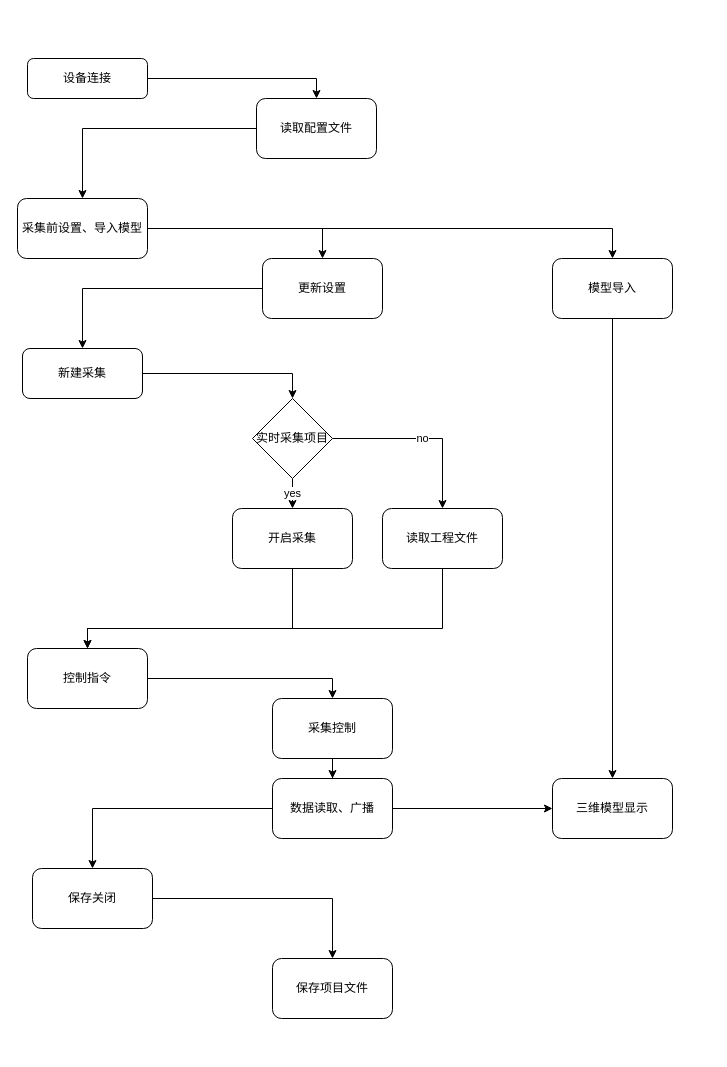
Earlier version of the draw.io diagram Untitled Diagram.drawio (lithcado/MultiCameraViewer). Source tidied: cells renumbered, new cells numbered last; positions are measured from the earlier drawing's top-left corner, leaving out a move shared by most shapes. Both pictures are drawn from the tidied source at 100%, with x=0, y=0 at pixel (17, 58).
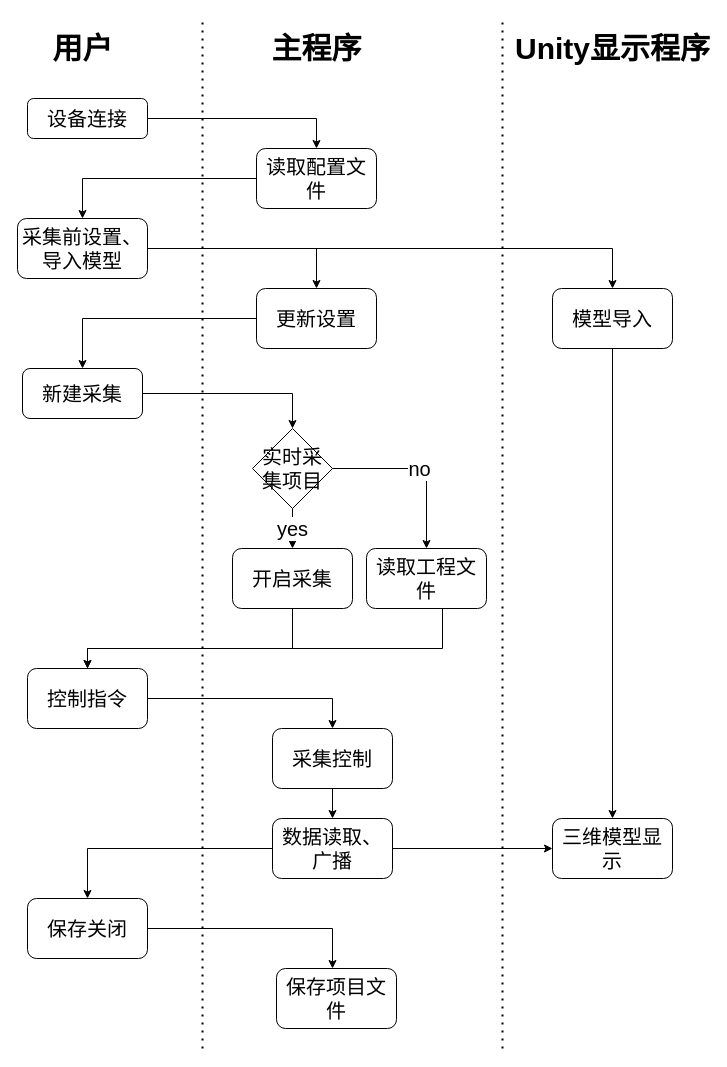
Above is the later version.

What changed in the source:
```diff
@@
-    <mxCell id="2" style="edgeStyle=orthogonalEdgeStyle;rounded=0;jettySize=auto;html=1;entryX=0.5;entryY=0;entryDx=0;entryDy=0;" parent="1" edge="1" source="3" target="5">
+    <mxCell id="2" style="edgeStyle=orthogonalEdgeStyle;rounded=0;jettySize=auto;html=1;entryX=0.5;entryY=0;entryDx=0;entryDy=0;fontSize=20;" parent="1" edge="1" source="3" target="5">
       <mxGeometry relative="1" as="geometry" />
     </mxCell>
-    <mxCell id="3" value="设备连接" style="rounded=1;whiteSpace=wrap;html=1;fontSize=12;glass=0;strokeWidth=1;shadow=0;" parent="1" vertex="1">
-      <mxGeometry x="10" width="120" height="40" as="geometry" />
+    <mxCell id="3" value="设备连接" style="rounded=1;whiteSpace=wrap;html=1;fontSize=20;glass=0;strokeWidth=1;shadow=0;" parent="1" vertex="1">
+      <mxGeometry x="10" y="40" width="120" height="40" as="geometry" />
     </mxCell>
-    <mxCell id="4" style="edgeStyle=orthogonalEdgeStyle;rounded=0;jettySize=auto;html=1;entryX=0.5;entryY=0;entryDx=0;entryDy=0;" parent="1" edge="1" source="5" target="16">
+    <mxCell id="4" style="edgeStyle=orthogonalEdgeStyle;rounded=0;jettySize=auto;html=1;entryX=0.5;entryY=0;entryDx=0;entryDy=0;fontSize=20;" parent="1" edge="1" source="5" target="16">
       <mxGeometry relative="1" as="geometry" />
     </mxCell>
-    <mxCell id="5" value="读取配置文件" style="rounded=1;whiteSpace=wrap;html=1;" parent="1" vertex="1">
-      <mxGeometry x="239" y="40" width="120" height="60" as="geometry" />
+    <mxCell id="5" value="读取配置文件" style="rounded=1;whiteSpace=wrap;html=1;fontSize=20;" parent="1" vertex="1">
+      <mxGeometry x="239" y="90" width="120" height="60" as="geometry" />
     </mxCell>
-    <mxCell id="6" value="no" style="edgeStyle=orthogonalEdgeStyle;rounded=0;jettySize=auto;html=1;exitX=1;exitY=0.5;exitDx=0;exitDy=0;entryX=0.5;entryY=0;entryDx=0;entryDy=0;" parent="1" edge="1" source="8" target="10">
+    <mxCell id="6" value="no" style="edgeStyle=orthogonalEdgeStyle;rounded=0;jettySize=auto;html=1;exitX=1;exitY=0.5;exitDx=0;exitDy=0;entryX=0.5;entryY=0;entryDx=0;entryDy=0;fontSize=20;" parent="1" edge="1" source="8" target="10">
       <mxGeometry relative="1" as="geometry" />
     </mxCell>
-    <mxCell id="7" value="yes" style="edgeStyle=orthogonalEdgeStyle;rounded=0;jettySize=auto;html=1;exitX=0.5;exitY=1;exitDx=0;exitDy=0;entryX=0.5;entryY=0;entryDx=0;entryDy=0;" parent="1" edge="1" source="8" target="12">
+    <mxCell id="7" value="yes" style="edgeStyle=orthogonalEdgeStyle;rounded=0;jettySize=auto;html=1;exitX=0.5;exitY=1;exitDx=0;exitDy=0;entryX=0.5;entryY=0;entryDx=0;entryDy=0;fontSize=20;" parent="1" edge="1" source="8" target="12">
       <mxGeometry relative="1" as="geometry" />
     </mxCell>
-    <mxCell id="8" value="实时采集项目" style="rhombus;whiteSpace=wrap;html=1;" parent="1" vertex="1">
-      <mxGeometry x="235" y="340" width="80" height="80" as="geometry" />
+    <mxCell id="8" value="实时采集项目" style="rhombus;whiteSpace=wrap;html=1;fontSize=20;" parent="1" vertex="1">
+      <mxGeometry x="235" y="370" width="80" height="80" as="geometry" />
     </mxCell>
-    <mxCell id="9" style="edgeStyle=orthogonalEdgeStyle;rounded=0;jettySize=auto;html=1;entryX=0.5;entryY=0;entryDx=0;entryDy=0;" parent="1" edge="1" source="10" target="24">
+    <mxCell id="9" style="edgeStyle=orthogonalEdgeStyle;rounded=0;jettySize=auto;html=1;entryX=0.5;entryY=0;entryDx=0;entryDy=0;fontSize=20;" parent="1" edge="1" source="10" target="24">
       <mxGeometry relative="1" as="geometry">
         <Array as="points">
-          <mxPoint x="425" y="570" />
-          <mxPoint x="70" y="570" />
+          <mxPoint x="425" y="590" />
+          <mxPoint x="70" y="590" />
         </Array>
       </mxGeometry>
     </mxCell>
-    <mxCell id="10" value="读取工程文件" style="rounded=1;whiteSpace=wrap;html=1;" parent="1" vertex="1">
-      <mxGeometry x="365" y="450" width="120" height="60" as="geometry" />
+    <mxCell id="10" value="读取工程文件" style="rounded=1;whiteSpace=wrap;html=1;fontSize=20;" parent="1" vertex="1">
+      <mxGeometry x="349" y="490" width="120" height="60" as="geometry" />
     </mxCell>
-    <mxCell id="11" style="edgeStyle=orthogonalEdgeStyle;rounded=0;jettySize=auto;html=1;entryX=0.5;entryY=0;entryDx=0;entryDy=0;" parent="1" edge="1" source="12" target="24">
+    <mxCell id="11" style="edgeStyle=orthogonalEdgeStyle;rounded=0;jettySize=auto;html=1;entryX=0.5;entryY=0;entryDx=0;entryDy=0;fontSize=20;" parent="1" edge="1" source="12" target="24">
       <mxGeometry relative="1" as="geometry">
         <Array as="points">
-          <mxPoint x="275" y="570" />
-          <mxPoint x="70" y="570" />
+          <mxPoint x="275" y="590" />
+          <mxPoint x="70" y="590" />
         </Array>
       </mxGeometry>
     </mxCell>
-    <mxCell id="12" value="开启采集" style="rounded=1;whiteSpace=wrap;html=1;" parent="1" vertex="1">
-      <mxGeometry x="215" y="450" width="120" height="60" as="geometry" />
+    <mxCell id="12" value="开启采集" style="rounded=1;whiteSpace=wrap;html=1;fontSize=20;" parent="1" vertex="1">
+      <mxGeometry x="215" y="490" width="120" height="60" as="geometry" />
     </mxCell>
-    <mxCell id="13" style="edgeStyle=orthogonalEdgeStyle;rounded=0;jettySize=auto;html=1;entryX=0.5;entryY=0;entryDx=0;entryDy=0;" parent="1" edge="1" source="14" target="8">
+    <mxCell id="13" style="edgeStyle=orthogonalEdgeStyle;rounded=0;jettySize=auto;html=1;entryX=0.5;entryY=0;entryDx=0;entryDy=0;fontSize=20;" parent="1" edge="1" source="14" target="8">
       <mxGeometry relative="1" as="geometry" />
     </mxCell>
-    <mxCell id="14" value="新建采集" style="rounded=1;whiteSpace=wrap;html=1;" parent="1" vertex="1">
-      <mxGeometry x="5" y="290" width="120" height="50" as="geometry" />
+    <mxCell id="14" value="新建采集" style="rounded=1;whiteSpace=wrap;html=1;fontSize=20;" parent="1" vertex="1">
+      <mxGeometry x="5" y="310" width="120" height="50" as="geometry" />
     </mxCell>
-    <mxCell id="15" style="edgeStyle=orthogonalEdgeStyle;rounded=0;jettySize=auto;html=1;exitX=1;exitY=0.5;exitDx=0;exitDy=0;entryX=0.5;entryY=0;entryDx=0;entryDy=0;" parent="1" edge="1" source="16" target="18">
+    <mxCell id="15" style="edgeStyle=orthogonalEdgeStyle;rounded=0;jettySize=auto;html=1;exitX=1;exitY=0.5;exitDx=0;exitDy=0;entryX=0.5;entryY=0;entryDx=0;entryDy=0;fontSize=20;" parent="1" edge="1" source="16" target="18">
       <mxGeometry relative="1" as="geometry" />
     </mxCell>
-    <mxCell id="16" value="采集前设置、导入模型" style="rounded=1;whiteSpace=wrap;html=1;" parent="1" vertex="1">
-      <mxGeometry y="140" width="130" height="60" as="geometry" />
+    <mxCell id="16" value="采集前设置、导入模型" style="rounded=1;whiteSpace=wrap;html=1;fontSize=20;" parent="1" vertex="1">
+      <mxGeometry y="160" width="130" height="60" as="geometry" />
     </mxCell>
-    <mxCell id="17" style="edgeStyle=orthogonalEdgeStyle;rounded=0;jettySize=auto;html=1;entryX=0.5;entryY=0;entryDx=0;entryDy=0;" parent="1" edge="1" source="18" target="14">
+    <mxCell id="17" style="edgeStyle=orthogonalEdgeStyle;rounded=0;jettySize=auto;html=1;entryX=0.5;entryY=0;entryDx=0;entryDy=0;fontSize=20;" parent="1" edge="1" source="18" target="14">
       <mxGeometry relative="1" as="geometry" />
     </mxCell>
-    <mxCell id="18" value="更新设置" style="rounded=1;whiteSpace=wrap;html=1;" parent="1" vertex="1">
-      <mxGeometry x="245" y="200" width="120" height="60" as="geometry" />
+    <mxCell id="18" value="更新设置" style="rounded=1;whiteSpace=wrap;html=1;fontSize=20;" parent="1" vertex="1">
+      <mxGeometry x="239" y="230" width="120" height="60" as="geometry" />
     </mxCell>
-    <mxCell id="19" value="三维模型显示" style="rounded=1;whiteSpace=wrap;html=1;" parent="1" vertex="1">
-      <mxGeometry x="535" y="720" width="120" height="60" as="geometry" />
+    <mxCell id="19" value="三维模型显示" style="rounded=1;whiteSpace=wrap;html=1;fontSize=20;" parent="1" vertex="1">
+      <mxGeometry x="535" y="760" width="120" height="60" as="geometry" />
     </mxCell>
-    <mxCell id="20" style="edgeStyle=orthogonalEdgeStyle;rounded=0;jettySize=auto;html=1;entryX=0.5;entryY=0;entryDx=0;entryDy=0;" parent="1" edge="1" source="21" target="19">
+    <mxCell id="20" style="edgeStyle=orthogonalEdgeStyle;rounded=0;jettySize=auto;html=1;entryX=0.5;entryY=0;entryDx=0;entryDy=0;fontSize=20;" parent="1" edge="1" source="21" target="19">
       <mxGeometry relative="1" as="geometry" />
     </mxCell>
-    <mxCell id="21" value="模型导入" style="rounded=1;whiteSpace=wrap;html=1;" parent="1" vertex="1">
-      <mxGeometry x="535" y="200" width="120" height="60" as="geometry" />
+    <mxCell id="21" value="模型导入" style="rounded=1;whiteSpace=wrap;html=1;fontSize=20;" parent="1" vertex="1">
+      <mxGeometry x="535" y="230" width="120" height="60" as="geometry" />
     </mxCell>
-    <mxCell id="22" style="endArrow=classic;html=1;rounded=0;entryX=0.5;entryY=0;entryDx=0;entryDy=0;" parent="1" edge="1" target="21">
+    <mxCell id="22" style="endArrow=classic;html=1;rounded=0;entryX=0.5;entryY=0;entryDx=0;entryDy=0;fontSize=20;" parent="1" edge="1" target="21">
       <mxGeometry relative="1" as="geometry">
-        <mxPoint x="135" y="170" as="sourcePoint" />
+        <mxPoint x="135" y="190" as="sourcePoint" />
         <Array as="points">
-          <mxPoint x="595" y="170" />
+          <mxPoint x="595" y="190" />
         </Array>
       </mxGeometry>
     </mxCell>
-    <mxCell id="23" style="edgeStyle=orthogonalEdgeStyle;rounded=0;jettySize=auto;html=1;entryX=0.5;entryY=0;entryDx=0;entryDy=0;" parent="1" edge="1" source="24" target="26">
+    <mxCell id="23" style="edgeStyle=orthogonalEdgeStyle;rounded=0;jettySize=auto;html=1;entryX=0.5;entryY=0;entryDx=0;entryDy=0;fontSize=20;" parent="1" edge="1" source="24" target="26">
       <mxGeometry relative="1" as="geometry">
         <Array as="points">
-          <mxPoint x="315" y="620" />
+          <mxPoint x="315" y="640" />
         </Array>
       </mxGeometry>
     </mxCell>
-    <mxCell id="24" value="控制指令" style="rounded=1;whiteSpace=wrap;html=1;" parent="1" vertex="1">
-      <mxGeometry x="10" y="590" width="120" height="60" as="geometry" />
+    <mxCell id="24" value="控制指令" style="rounded=1;whiteSpace=wrap;html=1;fontSize=20;" parent="1" vertex="1">
+      <mxGeometry x="10" y="610" width="120" height="60" as="geometry" />
     </mxCell>
-    <mxCell id="25" style="edgeStyle=orthogonalEdgeStyle;rounded=0;jettySize=auto;html=1;entryX=0.5;entryY=0;entryDx=0;entryDy=0;" parent="1" edge="1" source="26" target="29">
+    <mxCell id="25" style="edgeStyle=orthogonalEdgeStyle;rounded=0;jettySize=auto;html=1;entryX=0.5;entryY=0;entryDx=0;entryDy=0;fontSize=20;" parent="1" edge="1" source="26" target="29">
       <mxGeometry relative="1" as="geometry" />
     </mxCell>
-    <mxCell id="26" value="采集控制" style="rounded=1;whiteSpace=wrap;html=1;" parent="1" vertex="1">
-      <mxGeometry x="255" y="640" width="120" height="60" as="geometry" />
+    <mxCell id="26" value="采集控制" style="rounded=1;whiteSpace=wrap;html=1;fontSize=20;" parent="1" vertex="1">
+      <mxGeometry x="255" y="670" width="120" height="60" as="geometry" />
     </mxCell>
-    <mxCell id="27" style="edgeStyle=orthogonalEdgeStyle;rounded=0;jettySize=auto;html=1;entryX=0;entryY=0.5;entryDx=0;entryDy=0;" parent="1" edge="1" source="29" target="19">
+    <mxCell id="27" style="edgeStyle=orthogonalEdgeStyle;rounded=0;jettySize=auto;html=1;entryX=0;entryY=0.5;entryDx=0;entryDy=0;fontSize=20;" parent="1" edge="1" source="29" target="19">
       <mxGeometry relative="1" as="geometry" />
     </mxCell>
-    <mxCell id="28" style="edgeStyle=orthogonalEdgeStyle;rounded=0;jettySize=auto;html=1;entryX=0.5;entryY=0;entryDx=0;entryDy=0;" parent="1" edge="1" source="29" target="31">
+    <mxCell id="28" style="edgeStyle=orthogonalEdgeStyle;rounded=0;jettySize=auto;html=1;entryX=0.5;entryY=0;entryDx=0;entryDy=0;fontSize=20;" parent="1" edge="1" source="29" target="31">
       <mxGeometry relative="1" as="geometry" />
     </mxCell>
-    <mxCell id="29" value="数据读取、广播" style="rounded=1;whiteSpace=wrap;html=1;" parent="1" vertex="1">
-      <mxGeometry x="255" y="720" width="120" height="60" as="geometry" />
+    <mxCell id="29" value="数据读取、广播" style="rounded=1;whiteSpace=wrap;html=1;fontSize=20;" parent="1" vertex="1">
+      <mxGeometry x="255" y="760" width="120" height="60" as="geometry" />
     </mxCell>
-    <mxCell id="30" style="edgeStyle=orthogonalEdgeStyle;rounded=0;jettySize=auto;html=1;" parent="1" edge="1" source="31" target="32">
+    <mxCell id="30" style="edgeStyle=orthogonalEdgeStyle;rounded=0;jettySize=auto;html=1;fontSize=20;" parent="1" edge="1" source="31" target="32">
       <mxGeometry relative="1" as="geometry">
         <Array as="points">
-          <mxPoint x="315" y="840" />
+          <mxPoint x="315" y="870" />
         </Array>
       </mxGeometry>
     </mxCell>
-    <mxCell id="31" value="保存关闭" style="rounded=1;whiteSpace=wrap;html=1;" parent="1" vertex="1">
-      <mxGeometry x="15" y="810" width="120" height="60" as="geometry" />
+    <mxCell id="31" value="保存关闭" style="rounded=1;whiteSpace=wrap;html=1;fontSize=20;" parent="1" vertex="1">
+      <mxGeometry x="10" y="840" width="120" height="60" as="geometry" />
     </mxCell>
-    <mxCell id="32" value="保存项目文件" style="rounded=1;whiteSpace=wrap;html=1;" parent="1" vertex="1">
-      <mxGeometry x="255" y="900" width="120" height="60" as="geometry" />
+    <mxCell id="32" value="保存项目文件" style="rounded=1;whiteSpace=wrap;html=1;fontSize=20;" parent="1" vertex="1">
+      <mxGeometry x="259" y="910" width="120" height="60" as="geometry" />
     </mxCell>
+    <mxCell id="33" value="用户" style="text;strokeColor=none;fillColor=none;html=1;fontSize=30;fontStyle=1;verticalAlign=middle;align=center;" parent="1" vertex="1">
+      <mxGeometry x="15" y="-30" width="100" height="40" as="geometry" />
+    </mxCell>
+    <mxCell id="34" value="主程序" style="text;strokeColor=none;fillColor=none;html=1;fontSize=30;fontStyle=1;verticalAlign=middle;align=center;" parent="1" vertex="1">
+      <mxGeometry x="249" y="-30" width="100" height="40" as="geometry" />
+    </mxCell>
+    <mxCell id="35" value="Unity显示程序" style="text;strokeColor=none;fillColor=none;html=1;fontSize=30;fontStyle=1;verticalAlign=middle;align=center;" parent="1" vertex="1">
+      <mxGeometry x="545" y="-30" width="100" height="40" as="geometry" />
+    </mxCell>
+    <mxCell id="36" style="endArrow=none;dashed=1;html=1;dashPattern=1 3;strokeWidth=2;rounded=0;fontSize=30;" parent="1" edge="1">
+      <mxGeometry relative="1" as="geometry">
+        <mxPoint x="185" y="990" as="sourcePoint" />
+        <mxPoint x="185" y="-40" as="targetPoint" />
+      </mxGeometry>
+    </mxCell>
+    <mxCell id="37" style="endArrow=none;dashed=1;html=1;dashPattern=1 3;strokeWidth=2;rounded=0;fontSize=30;" parent="1" edge="1">
+      <mxGeometry relative="1" as="geometry">
+        <mxPoint x="485" y="990" as="sourcePoint" />
+        <mxPoint x="485" y="-40" as="targetPoint" />
+      </mxGeometry>
+    </mxCell>
```
